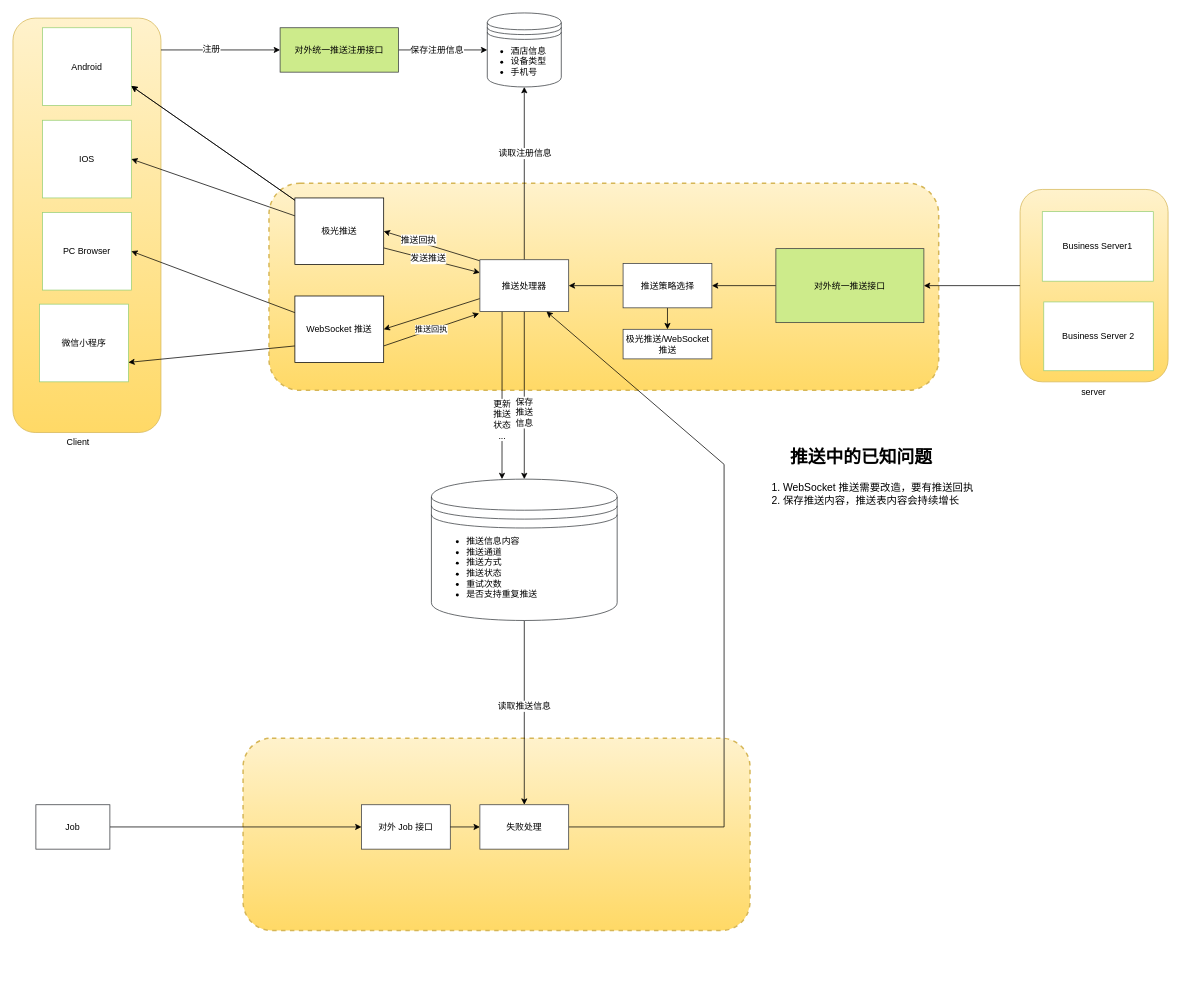
This is 推送方案.drawio from WithoutCause/draw.io, a draw.io file, before an edit. Source tidied: cells renumbered, new cells numbered last; positions are measured from the earlier drawing's top-left corner, leaving out a move shared by most shapes. Both pictures are drawn from the tidied source at 74%, with x=0, y=0 at pixel (13, 13).
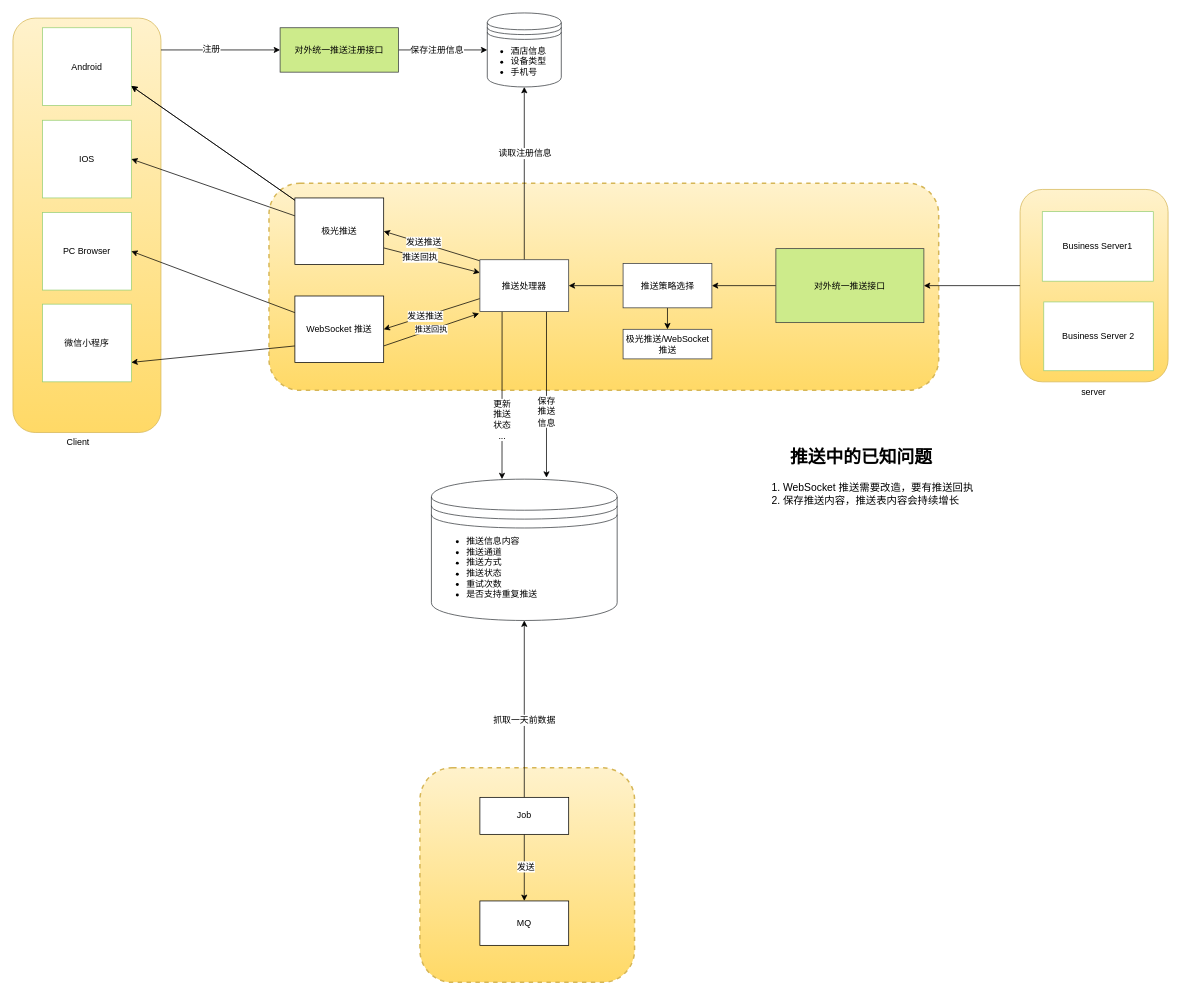
After the change.

Commit message:
更新推送方案.drawio

Unchanged cells that the change refers to:
```xml
<mxCell id="2" style="group;" parent="1" vertex="1">
  <mxGeometry y="7" width="200" height="560" as="geometry" />
</mxCell>
<mxCell id="15" style="edgeStyle=none;rounded=0;jettySize=auto;html=1;entryX=0;entryY=0.25;entryDx=0;entryDy=0;exitX=1;exitY=0.75;exitDx=0;exitDy=0;" parent="1" edge="1" source="19" target="42">
  <mxGeometry relative="1" as="geometry" />
</mxCell>
<mxCell id="35" style="edgeStyle=none;rounded=0;jettySize=auto;html=1;exitX=0;exitY=0.021;exitDx=0;exitDy=0;entryX=1;entryY=0.5;entryDx=0;entryDy=0;exitPerimeter=0;" parent="1" edge="1" source="42" target="19">
  <mxGeometry relative="1" as="geometry" />
</mxCell>
<mxCell id="38" style="edgeStyle=none;rounded=0;jettySize=auto;html=1;exitX=0;exitY=0.75;exitDx=0;exitDy=0;entryX=1;entryY=0.5;entryDx=0;entryDy=0;" parent="1" edge="1" source="42" target="23">
  <mxGeometry relative="1" as="geometry" />
</mxCell>
<mxCell id="42" value="推送处理器" style="rounded=0;whiteSpace=wrap;html=1;strokeColor=#36393D;strokeWidth=1;gradientColor=#ffffff;direction=east;" parent="1" vertex="1">
  <mxGeometry x="631" y="333.5" width="120" height="70" as="geometry" />
</mxCell>
<mxCell id="45" style="shape=datastore;whiteSpace=wrap;html=1;rounded=1;strokeColor=#36393D;strokeWidth=1;gradientColor=none;" parent="1" vertex="1">
  <mxGeometry x="565.5" y="630" width="251" height="191" as="geometry" />
</mxCell>
```

Change to the diagram source:
```diff
@@
+    <mxCell id="67" style="rounded=1;whiteSpace=wrap;html=1;strokeColor=#d6b656;strokeWidth=2;fillColor=#fff2cc;gradientColor=#ffd966;dashed=1;" parent="1" vertex="1">
+      <mxGeometry x="550" y="1020" width="290" height="290" as="geometry" />
+    </mxCell>
@@
     <mxCell id="7" value="微信小程序" style="rounded=0;whiteSpace=wrap;html=1;strokeColor=#97D077;strokeWidth=1;gradientColor=none;" parent="2" vertex="1">
-      <mxGeometry x="36" y="386.5" width="120" height="105" as="geometry" />
+      <mxGeometry x="40" y="386.5" width="120" height="105" as="geometry" />
     </mxCell>
-    <mxCell id="8" style="rounded=1;whiteSpace=wrap;html=1;strokeColor=#d6b656;strokeWidth=2;fillColor=#fff2cc;gradientColor=#ffd966;dashed=1;" parent="1" vertex="1">
-      <mxGeometry x="311" y="980" width="685" height="260" as="geometry" />
-    </mxCell>
@@
+    <mxCell id="37" value="推送回执" style="text;html=1;align=center;verticalAlign=middle;labelBackgroundColor=#ffffff;" parent="15" vertex="1">
+      <mxGeometry x="-0.25" y="1" relative="1" as="geometry" />
+    </mxCell>
@@
-    <mxCell id="36" value="发送推送" style="text;html=1;align=center;verticalAlign=middle;labelBackgroundColor=#ffffff;" parent="35" vertex="1">
-      <mxGeometry x="-0.22" y="3" relative="1" as="geometry">
-        <mxPoint x="-19" y="9.5" as="offset" />
-      </mxGeometry>
-    </mxCell>
-    <mxCell id="37" value="推送回执" style="text;html=1;align=center;verticalAlign=middle;labelBackgroundColor=#ffffff;" parent="35" vertex="1">
-      <mxGeometry x="0.29" y="-3" relative="1" as="geometry" />
-    </mxCell>
+    <mxCell id="68" value="发送推送" style="text;html=1;align=center;verticalAlign=middle;labelBackgroundColor=#ffffff;" parent="35" vertex="1">
+      <mxGeometry x="0.19" y="-2" relative="1" as="geometry" />
+    </mxCell>
@@
+    <mxCell id="69" value="发送推送" style="text;html=1;align=center;verticalAlign=middle;labelBackgroundColor=#ffffff;" parent="38" vertex="1">
+      <mxGeometry x="0.14" relative="1" as="geometry" />
+    </mxCell>
-    <mxCell id="40" style="edgeStyle=none;rounded=0;jettySize=auto;html=1;exitX=0.5;exitY=1;exitDx=0;exitDy=0;entryX=0.5;entryY=0;entryDx=0;entryDy=0;" parent="1" edge="1" source="42" target="45">
-      <mxGeometry relative="1" as="geometry" />
+    <mxCell id="40" style="edgeStyle=none;rounded=0;jettySize=auto;html=1;exitX=0.75;exitY=1;exitDx=0;exitDy=0;" parent="1" edge="1" source="42">
+      <mxGeometry relative="1" as="geometry">
+        <mxPoint x="721" y="628" as="targetPoint" />
+      </mxGeometry>
     </mxCell>
@@
-    <mxCell id="43" style="edgeStyle=none;rounded=0;jettySize=auto;html=1;entryX=0.5;entryY=0;entryDx=0;entryDy=0;" parent="1" edge="1" source="45" target="49">
-      <mxGeometry relative="1" as="geometry" />
-    </mxCell>
-    <mxCell id="44" value="读取推送信息" style="text;html=1;align=center;verticalAlign=middle;labelBackgroundColor=#ffffff;" parent="43" vertex="1">
-      <mxGeometry x="-0.08" y="-1" relative="1" as="geometry" />
-    </mxCell>
@@
-    <mxCell id="48" style="edgeStyle=none;rounded=0;jettySize=auto;html=1;exitX=1;exitY=0.5;exitDx=0;exitDy=0;entryX=0.75;entryY=1;entryDx=0;entryDy=0;" parent="1" edge="1" source="49" target="42">
-      <mxGeometry relative="1" as="geometry">
-        <Array as="points">
-          <mxPoint x="961" y="1100" />
-          <mxPoint x="961" y="610" />
-        </Array>
-      </mxGeometry>
-    </mxCell>
-    <mxCell id="49" value="失败处理" style="rounded=0;whiteSpace=wrap;html=1;strokeColor=#36393D;strokeWidth=1;gradientColor=#ffffff;" parent="1" vertex="1">
-      <mxGeometry x="631" y="1070" width="120" height="60" as="geometry" />
-    </mxCell>
-    <mxCell id="50" value="对外 Job 接口" style="rounded=0;whiteSpace=wrap;html=1;strokeColor=#36393D;strokeWidth=1;gradientColor=#ffffff;" parent="1" vertex="1">
-      <mxGeometry x="471" y="1070" width="120" height="60" as="geometry" />
-    </mxCell>
-    <mxCell id="51" style="edgeStyle=none;rounded=0;jettySize=auto;html=1;entryX=0;entryY=0.5;entryDx=0;entryDy=0;" parent="1" edge="1" source="52" target="50">
-      <mxGeometry relative="1" as="geometry" />
-    </mxCell>
-    <mxCell id="52" value="Job" style="rounded=0;whiteSpace=wrap;html=1;strokeColor=#36393D;strokeWidth=1;gradientColor=#ffffff;" parent="1" vertex="1">
-      <mxGeometry x="31" y="1070" width="100" height="60" as="geometry" />
-    </mxCell>
-    <mxCell id="53" style="edgeStyle=none;rounded=0;jettySize=auto;html=1;exitX=1;exitY=0.5;exitDx=0;exitDy=0;entryX=0;entryY=0.5;entryDx=0;entryDy=0;" parent="1" edge="1" source="50" target="49">
-      <mxGeometry relative="1" as="geometry" />
-    </mxCell>
@@
+    <mxCell id="70" style="edgeStyle=orthogonalEdgeStyle;rounded=0;jettySize=auto;html=1;entryX=0.5;entryY=1;entryDx=0;entryDy=0;" parent="1" edge="1" source="52" target="45">
+      <mxGeometry relative="1" as="geometry" />
+    </mxCell>
+    <mxCell id="71" value="抓取一天前数据" style="text;html=1;align=center;verticalAlign=middle;labelBackgroundColor=#ffffff;" parent="70" vertex="1">
+      <mxGeometry x="-0.12" y="1" relative="1" as="geometry" />
+    </mxCell>
+    <mxCell id="72" style="edgeStyle=orthogonalEdgeStyle;rounded=0;jettySize=auto;html=1;entryX=0.5;entryY=0;entryDx=0;entryDy=0;" parent="1" edge="1" source="52" target="74">
+      <mxGeometry relative="1" as="geometry" />
+    </mxCell>
+    <mxCell id="73" value="发送" style="text;html=1;align=center;verticalAlign=middle;labelBackgroundColor=#ffffff;" parent="72" vertex="1">
+      <mxGeometry x="-0.04" y="1" relative="1" as="geometry" />
+    </mxCell>
+    <mxCell id="52" value="Job" style="rounded=0;whiteSpace=wrap;html=1;" parent="1" vertex="1">
+      <mxGeometry x="631" y="1060" width="120" height="50" as="geometry" />
+    </mxCell>
+    <mxCell id="74" value="MQ" style="rounded=0;whiteSpace=wrap;html=1;" parent="1" vertex="1">
+      <mxGeometry x="631" y="1200" width="120" height="60" as="geometry" />
+    </mxCell>
```
